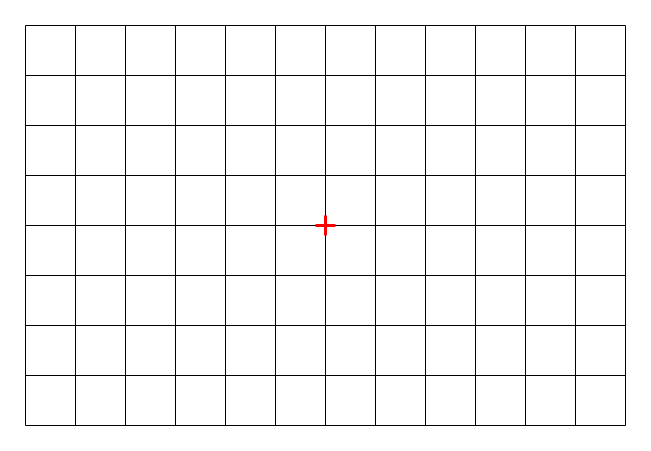
The draw.io diagram s2/S2-SDD-Xmas/assets/S2-SDD-Xmas.drawio in MrFriendCS/MrFriendCS.github.io, before the edit. Source tidied: cells renumbered, new cells numbered last; positions are measured from the earlier drawing's top-left corner, leaving out a move shared by most shapes. Both pictures are drawn from the tidied source at 100%, with x=0, y=0 at pixel (25, 25).
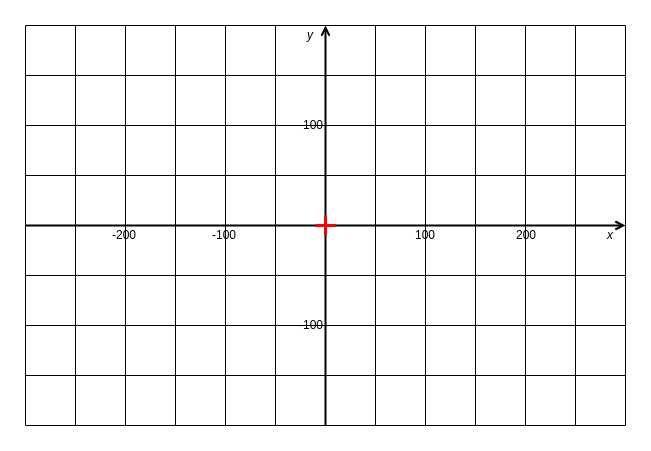
After the change.

Change to the diagram source:
```diff
@@
-    <mxCell id="5" style="endArrow=none;html=1;rounded=0;" parent="1" edge="1">
+    <mxCell id="5" style="endArrow=open;html=1;rounded=0;endFill=0;strokeWidth=2;" parent="1" edge="1">
       <mxGeometry relative="1" as="geometry">
         <mxPoint y="200" as="sourcePoint" />
         <mxPoint x="600" y="200" as="targetPoint" />
       </mxGeometry>
     </mxCell>
@@
-    <mxCell id="15" style="endArrow=none;html=1;rounded=0;" parent="1" edge="1">
+    <mxCell id="15" style="endArrow=open;html=1;rounded=0;strokeWidth=2;startArrow=none;startFill=0;endFill=0;" parent="1" edge="1">
       <mxGeometry relative="1" as="geometry">
         <mxPoint x="300" y="400" as="sourcePoint" />
         <mxPoint x="300" as="targetPoint" />
       </mxGeometry>
     </mxCell>
@@
+    <mxCell id="27" value="-2&lt;span style=&quot;background-color: transparent; color: light-dark(rgb(0, 0, 0), rgb(255, 255, 255));&quot;&gt;00&lt;/span&gt;" style="text;html=1;whiteSpace=wrap;strokeColor=none;fillColor=none;align=center;verticalAlign=middle;rounded=0;" parent="1" vertex="1">
+      <mxGeometry x="84" y="200" width="30" height="20" as="geometry" />
+    </mxCell>
+    <mxCell id="28" value="-1&lt;span style=&quot;background-color: transparent; color: light-dark(rgb(0, 0, 0), rgb(255, 255, 255));&quot;&gt;00&lt;/span&gt;" style="text;html=1;whiteSpace=wrap;strokeColor=none;fillColor=none;align=center;verticalAlign=middle;rounded=0;" parent="1" vertex="1">
+      <mxGeometry x="184" y="200" width="30" height="20" as="geometry" />
+    </mxCell>
+    <mxCell id="29" value="1&lt;span style=&quot;background-color: transparent; color: light-dark(rgb(0, 0, 0), rgb(255, 255, 255));&quot;&gt;00&lt;/span&gt;" style="text;html=1;whiteSpace=wrap;strokeColor=none;fillColor=none;align=center;verticalAlign=middle;rounded=0;" parent="1" vertex="1">
+      <mxGeometry x="385" y="200" width="30" height="20" as="geometry" />
+    </mxCell>
+    <mxCell id="30" value="&lt;span style=&quot;background-color: transparent; color: light-dark(rgb(0, 0, 0), rgb(255, 255, 255));&quot;&gt;2&lt;/span&gt;&lt;span style=&quot;background-color: transparent; color: light-dark(rgb(0, 0, 0), rgb(255, 255, 255));&quot;&gt;00&lt;/span&gt;" style="text;html=1;whiteSpace=wrap;strokeColor=none;fillColor=none;align=center;verticalAlign=middle;rounded=0;" parent="1" vertex="1">
+      <mxGeometry x="486" y="200" width="30" height="20" as="geometry" />
+    </mxCell>
+    <mxCell id="31" value="1&lt;span style=&quot;background-color: transparent; color: light-dark(rgb(0, 0, 0), rgb(255, 255, 255));&quot;&gt;00&lt;/span&gt;" style="text;html=1;whiteSpace=wrap;strokeColor=none;fillColor=none;align=right;verticalAlign=middle;rounded=0;" parent="1" vertex="1">
+      <mxGeometry x="270" y="90" width="30" height="20" as="geometry" />
+    </mxCell>
+    <mxCell id="32" value="-1&lt;span style=&quot;background-color: transparent; color: light-dark(rgb(0, 0, 0), rgb(255, 255, 255));&quot;&gt;00&lt;/span&gt;" style="text;html=1;whiteSpace=wrap;strokeColor=none;fillColor=none;align=right;verticalAlign=middle;rounded=0;" parent="1" vertex="1">
+      <mxGeometry x="270" y="290" width="30" height="20" as="geometry" />
+    </mxCell>
+    <mxCell id="33" value="&lt;i&gt;x&lt;/i&gt;" style="text;html=1;whiteSpace=wrap;strokeColor=none;fillColor=none;align=center;verticalAlign=middle;rounded=0;" parent="1" vertex="1">
+      <mxGeometry x="570" y="200" width="30" height="20" as="geometry" />
+    </mxCell>
+    <mxCell id="34" value="&lt;i&gt;y&lt;/i&gt;" style="text;html=1;whiteSpace=wrap;strokeColor=none;fillColor=none;align=center;verticalAlign=middle;rounded=0;" parent="1" vertex="1">
+      <mxGeometry x="270" width="30" height="20" as="geometry" />
+    </mxCell>
```
